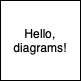
innovation-options/innovation-options keeps this draw.io diagram as content/images/Untitled.drawio.png. Above is the earlier version. Source tidied: cells renumbered, new cells last; positions are measured from the earlier drawing's top-left corner, leaving out a move shared by most shapes. Source of this version:
```xml
<mxGraphModel>
  <root>
    <mxCell id="0" />
    <mxCell id="1" parent="0" />
    <mxCell id="2" value="Hello, diagrams!" style="whiteSpace=wrap;html=1;" parent="1" vertex="1">
      <mxGeometry width="80" height="80" as="geometry" />
    </mxCell>
  </root>
</mxGraphModel>
```
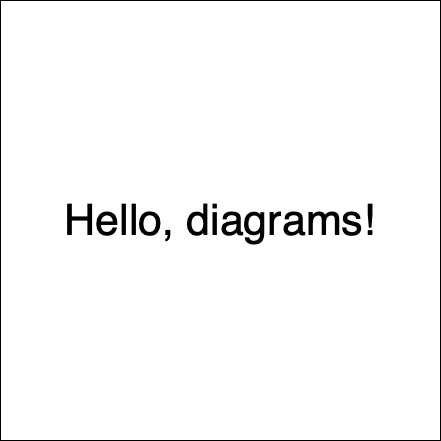
Above is the later version.

Diff of the diagram source:
```diff
@@ -2,8 +2,8 @@
   <root>
     <mxCell id="0" />
     <mxCell id="1" parent="0" />
-    <mxCell id="2" value="Hello, diagrams!" style="whiteSpace=wrap;html=1;" parent="1" vertex="1">
-      <mxGeometry width="80" height="80" as="geometry" />
+    <mxCell id="2" value="&lt;font style=&quot;font-size: 43px;&quot;&gt;Hello, diagrams!&lt;/font&gt;" style="whiteSpace=wrap;html=1;" parent="1" vertex="1">
+      <mxGeometry width="440" height="440" as="geometry" />
     </mxCell>
   </root>
 </mxGraphModel>
```
